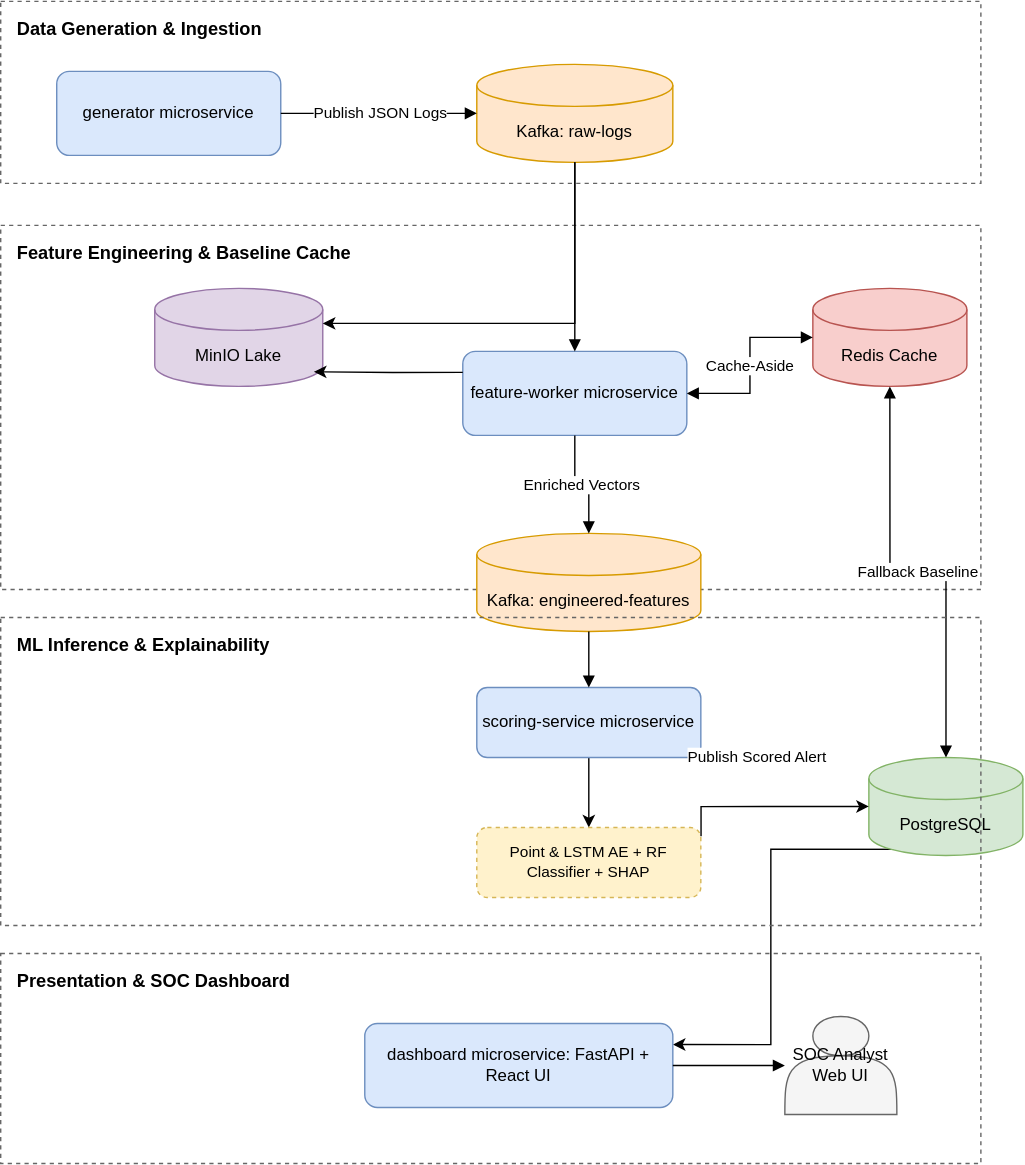
Earlier version of the draw.io export docs/architecture.svg (sohamkanhe/Honeywell-Behavioral-Anomaly-AI). Source tidied: cells renumbered, new cells last; positions are measured from the earlier drawing's top-left corner, leaving out a move shared by most shapes.
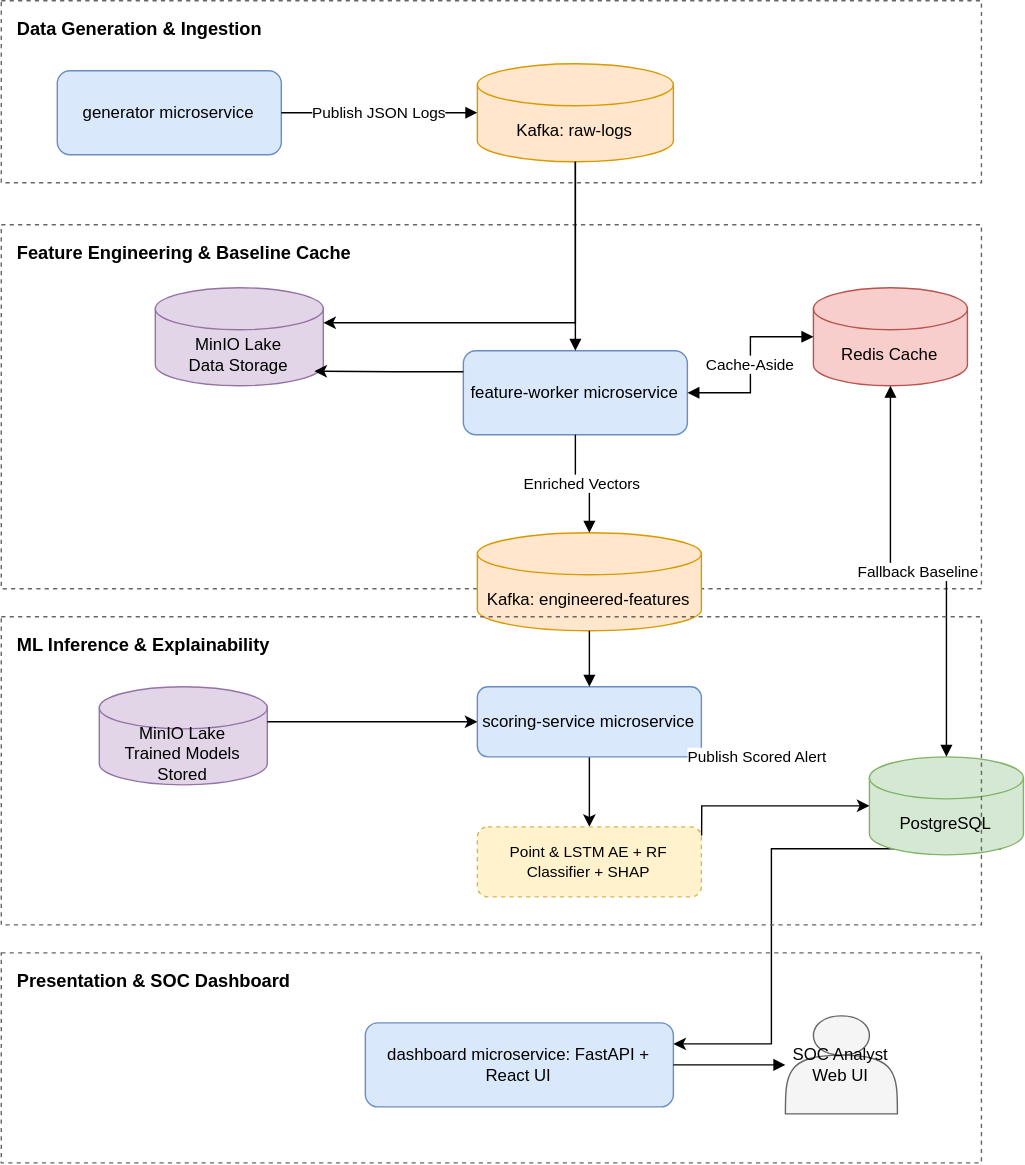
After the commit.

Commit message:
Corrected Architecture

The edit, as a diff of the source:
```diff
@@ -29,7 +29,7 @@
     <mxCell id="10" value="PostgreSQL" style="shape=cylinder3;whiteSpace=wrap;html=1;boundedLbl=1;fillColor=#d5e8d4;strokeColor=#82b366;fontSize=12;" parent="1" vertex="1">
       <mxGeometry x="620" y="540" width="110" height="70" as="geometry" />
     </mxCell>
-    <mxCell id="11" value="MinIO Lake" style="shape=cylinder3;whiteSpace=wrap;html=1;boundedLbl=1;fillColor=#e1d5e7;strokeColor=#9673a6;fontSize=12;" parent="1" vertex="1">
+    <mxCell id="11" value="MinIO Lake&lt;br&gt;Data Storage" style="shape=cylinder3;whiteSpace=wrap;html=1;boundedLbl=1;fillColor=#e1d5e7;strokeColor=#9673a6;fontSize=12;" parent="1" vertex="1">
       <mxGeometry x="110" y="205" width="120" height="70" as="geometry" />
     </mxCell>
     <mxCell id="12" value="Kafka: engineered-features" style="shape=cylinder3;whiteSpace=wrap;html=1;boundedLbl=1;fillColor=#ffe6cc;strokeColor=#d79b00;fontSize=12;" parent="1" vertex="1">
@@ -97,5 +97,11 @@
     <mxCell id="29" style="edgeStyle=orthogonalEdgeStyle;rounded=0;jettySize=auto;html=1;exitX=0.5;exitY=1;exitDx=0;exitDy=0;exitPerimeter=0;entryX=1;entryY=0;entryDx=0;entryDy=25;entryPerimeter=0;" parent="1" edge="1" source="4" target="11">
       <mxGeometry relative="1" as="geometry" />
     </mxCell>
+    <mxCell id="30" value="MinIO Lake&lt;br&gt;Trained Models Stored" style="shape=cylinder3;whiteSpace=wrap;html=1;boundedLbl=1;fillColor=#e1d5e7;strokeColor=#9673a6;fontSize=12;" parent="1" vertex="1">
+      <mxGeometry x="70" y="490" width="120" height="70" as="geometry" />
+    </mxCell>
+    <mxCell id="31" style="edgeStyle=orthogonalEdgeStyle;rounded=0;jettySize=auto;html=1;exitX=1;exitY=0;exitDx=0;exitDy=25;exitPerimeter=0;entryX=0;entryY=0.5;entryDx=0;entryDy=0;" parent="1" edge="1" source="30" target="19">
+      <mxGeometry relative="1" as="geometry" />
+    </mxCell>
   </root>
 </mxGraphModel>
```
